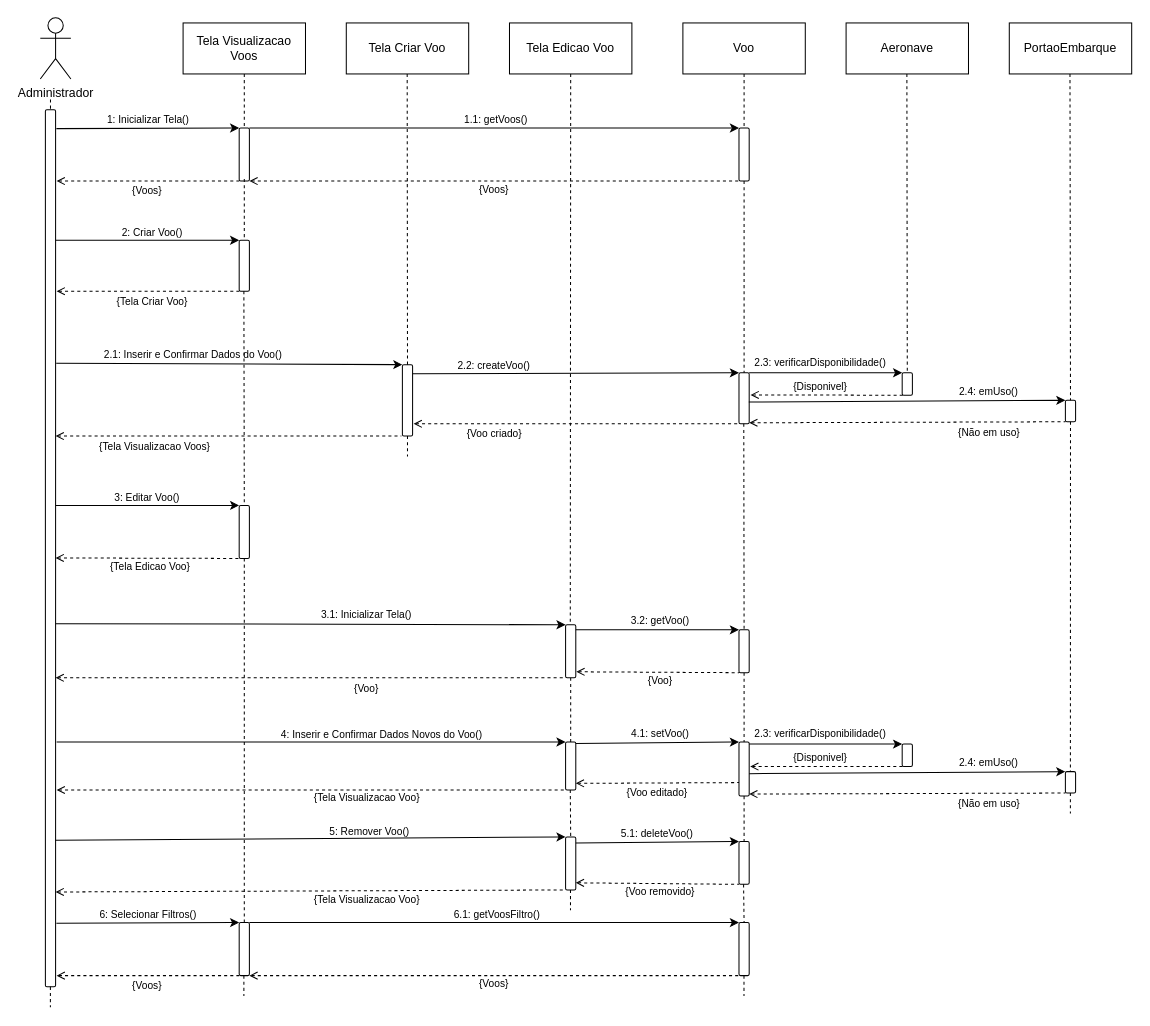
Earlier version of the draw.io diagram Diagramas/Eng_de_Software/Modelos/Sequencia/Manter_Voos.drawio (GabrielGMori/trabalho-conclus-o-ano). Source tidied: cells renumbered, new cells numbered last; positions are measured from the earlier drawing's top-left corner, leaving out a move shared by most shapes. Both pictures are drawn from the tidied source at 102%, with x=0, y=0 at pixel (40, 17).
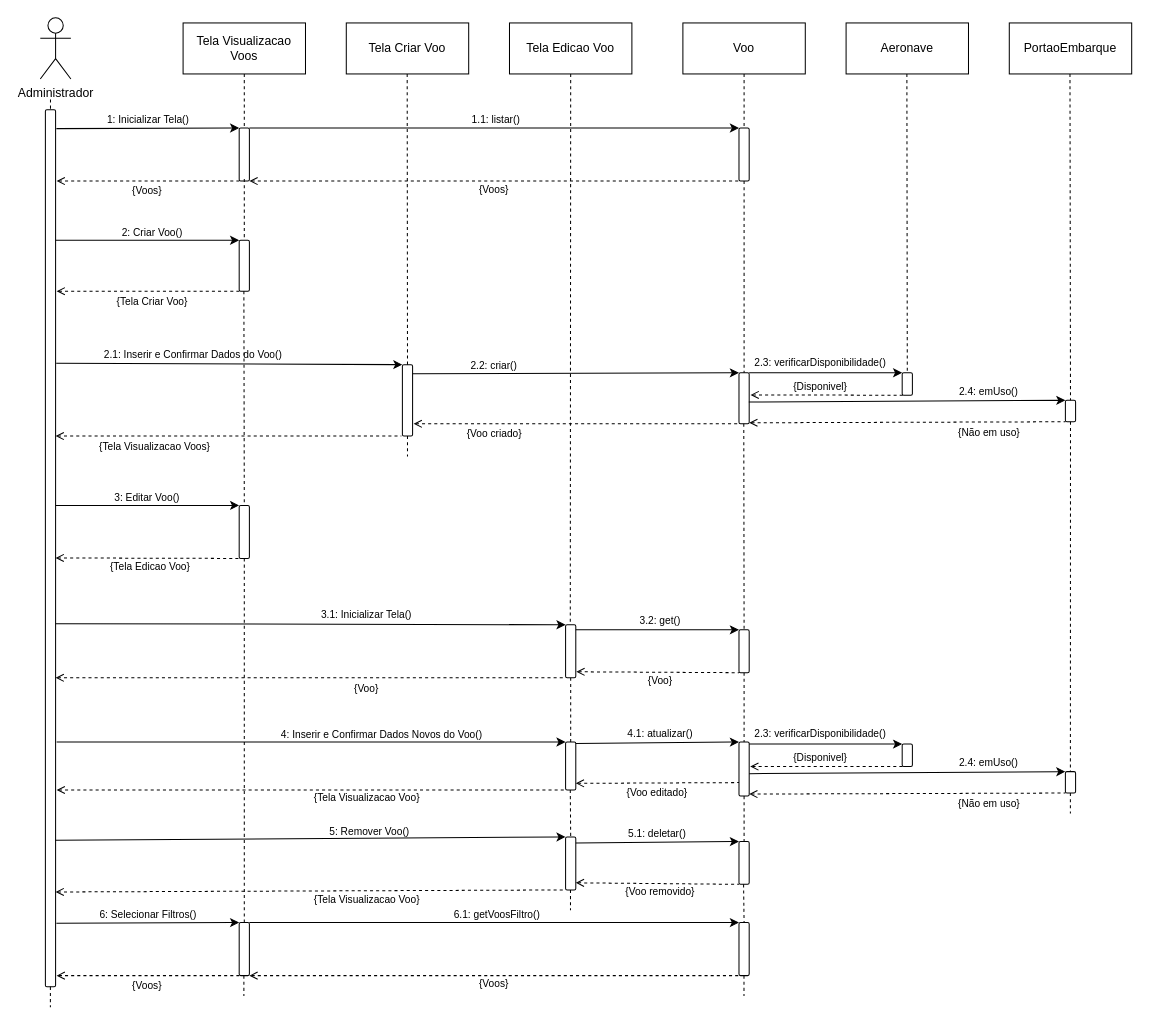
Above is the later version.

What changed in the source:
```diff
@@
-    <mxCell id="22" value="2.2: createVoo()" style="text;html=1;align=center;verticalAlign=middle;whiteSpace=wrap;rounded=0;fontSize=10;" parent="1" vertex="1">
+    <mxCell id="22" value="2.2: criar()" style="text;html=1;align=center;verticalAlign=middle;whiteSpace=wrap;rounded=0;fontSize=10;" parent="1" vertex="1">
       <mxGeometry x="345" y="331" width="200" height="20" as="geometry" />
     </mxCell>
@@
-    <mxCell id="34" value="&lt;font&gt;3.2: get&lt;/font&gt;Voo&lt;font&gt;()&lt;/font&gt;" style="text;html=1;align=center;verticalAlign=middle;whiteSpace=wrap;rounded=0;fontSize=10;" parent="1" vertex="1">
+    <mxCell id="34" value="&lt;font&gt;3.2: get&lt;/font&gt;&lt;font&gt;()&lt;/font&gt;" style="text;html=1;align=center;verticalAlign=middle;whiteSpace=wrap;rounded=0;fontSize=10;" parent="1" vertex="1">
       <mxGeometry x="528" y="581" width="160" height="20" as="geometry" />
     </mxCell>
@@
-    <mxCell id="50" value="&lt;font&gt;1.1: get&lt;/font&gt;Voo&lt;font&gt;s()&lt;/font&gt;" style="text;html=1;align=center;verticalAlign=middle;whiteSpace=wrap;rounded=0;fontSize=10;" parent="1" vertex="1">
+    <mxCell id="50" value="&lt;font&gt;1.1: listar&lt;/font&gt;&lt;font&gt;()&lt;/font&gt;" style="text;html=1;align=center;verticalAlign=middle;whiteSpace=wrap;rounded=0;fontSize=10;" parent="1" vertex="1">
       <mxGeometry x="367" y="90" width="160" height="20" as="geometry" />
     </mxCell>
@@
-    <mxCell id="58" value="&lt;font&gt;4.1: set&lt;/font&gt;Voo&lt;font&gt;()&lt;/font&gt;" style="text;html=1;align=center;verticalAlign=middle;whiteSpace=wrap;rounded=0;fontSize=10;" parent="1" vertex="1">
+    <mxCell id="58" value="&lt;font&gt;4.1: atualizar&lt;/font&gt;&lt;font&gt;()&lt;/font&gt;" style="text;html=1;align=center;verticalAlign=middle;whiteSpace=wrap;rounded=0;fontSize=10;" parent="1" vertex="1">
       <mxGeometry x="528" y="692" width="160" height="20" as="geometry" />
     </mxCell>
@@
-    <mxCell id="69" value="&lt;font&gt;5.1: delete&lt;/font&gt;Voo&lt;font&gt;()&lt;/font&gt;" style="text;html=1;align=center;verticalAlign=middle;whiteSpace=wrap;rounded=0;fontSize=10;" parent="1" vertex="1">
+    <mxCell id="69" value="&lt;font&gt;5.1: deletar&lt;/font&gt;&lt;font&gt;()&lt;/font&gt;" style="text;html=1;align=center;verticalAlign=middle;whiteSpace=wrap;rounded=0;fontSize=10;" parent="1" vertex="1">
       <mxGeometry x="525" y="789.5" width="160" height="20" as="geometry" />
     </mxCell>
```
